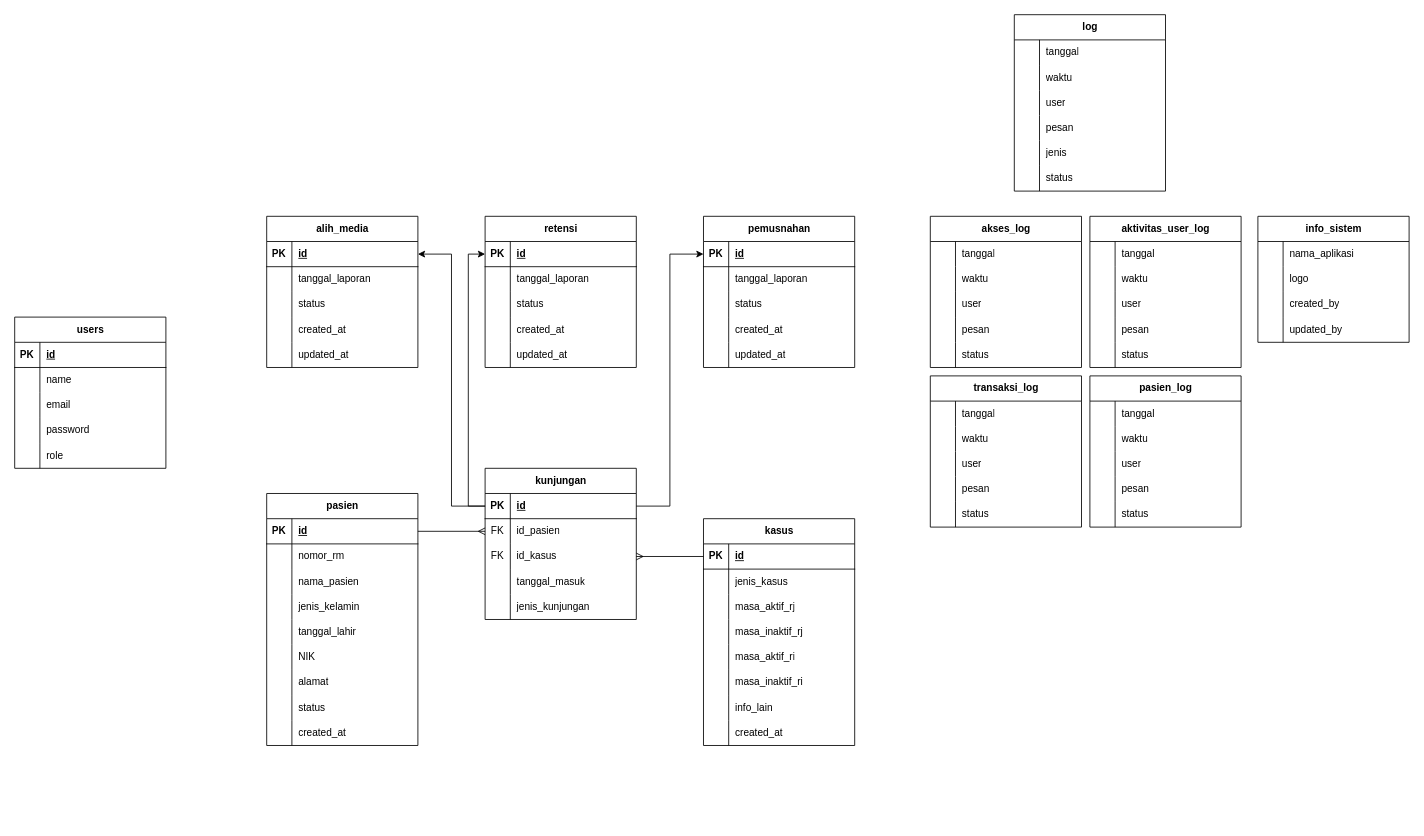
Before: ERD - Sistem Alih Media Retensi.drawio in Supri-Tech/api-alih-media-retensi, a draw.io diagram. Source tidied: cells renumbered, new cells numbered last; positions are measured from the earlier drawing's top-left corner, leaving out a move shared by most shapes. Both pictures are drawn from the tidied source at 84%, with x=0, y=0 at pixel (14, 14).
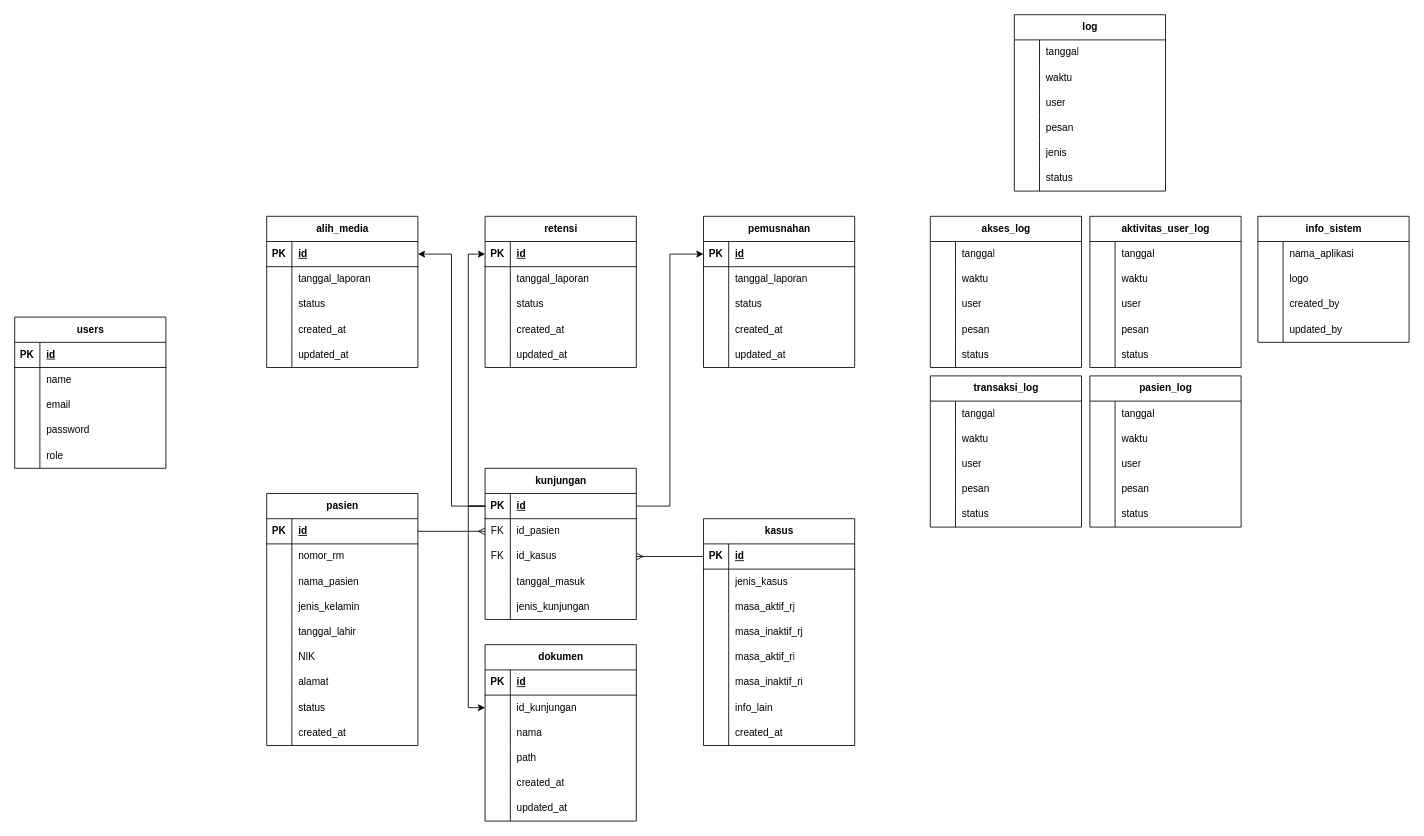
Above is the later version.

The change refers to these unchanged cells:
```xml
<mxCell id="72" style="shape=tableRow;horizontal=0;startSize=0;swimlaneHead=0;swimlaneBody=0;fillColor=none;points=[[0,0.5],[1,0.5]];portConstraint=eastwest;top=0;left=0;right=0;bottom=1;" parent="71" vertex="1">
  <mxGeometry y="30" width="180" height="30" as="geometry" />
</mxCell>
```

Diff of the diagram source:
```diff
@@
+    <mxCell id="236" value="dokumen" style="shape=table;startSize=30;childLayout=tableLayout;rowLines=0;fontStyle=1;align=center;html=1;" parent="1" vertex="1">
+      <mxGeometry x="560" y="750" width="180" height="210" as="geometry" />
+    </mxCell>
+    <mxCell id="237" style="shape=tableRow;horizontal=0;startSize=0;swimlaneHead=0;swimlaneBody=0;fillColor=none;top=0;left=0;right=0;bottom=1;" parent="236" vertex="1">
+      <mxGeometry y="30" width="180" height="30" as="geometry" />
+    </mxCell>
+    <mxCell id="238" value="PK" style="shape=partialRectangle;fillColor=none;top=0;left=0;bottom=0;right=0;fontStyle=1;overflow=hidden;whiteSpace=wrap;html=1;" parent="237" vertex="1">
+      <mxGeometry width="30" height="30" as="geometry" />
+    </mxCell>
+    <mxCell id="239" value="id" style="shape=partialRectangle;fillColor=none;top=0;left=0;bottom=0;right=0;align=left;spacingLeft=6;fontStyle=5;overflow=hidden;whiteSpace=wrap;html=1;" parent="237" vertex="1">
+      <mxGeometry x="30" width="150" height="30" as="geometry" />
+    </mxCell>
+    <mxCell id="240" style="shape=tableRow;horizontal=0;startSize=0;swimlaneHead=0;swimlaneBody=0;fillColor=none;points=[[0,0.5],[1,0.5]];portConstraint=eastwest;top=0;left=0;right=0;bottom=0;" parent="236" vertex="1">
+      <mxGeometry y="60" width="180" height="30" as="geometry" />
+    </mxCell>
+    <mxCell id="241" style="shape=partialRectangle;fillColor=none;top=0;left=0;bottom=0;right=0;overflow=hidden;whiteSpace=wrap;html=1;" parent="240" vertex="1">
+      <mxGeometry width="30" height="30" as="geometry" />
+    </mxCell>
+    <mxCell id="242" value="id_kunjungan" style="shape=partialRectangle;fillColor=none;top=0;left=0;bottom=0;right=0;align=left;spacingLeft=6;overflow=hidden;whiteSpace=wrap;html=1;" parent="240" vertex="1">
+      <mxGeometry x="30" width="150" height="30" as="geometry" />
+    </mxCell>
+    <mxCell id="243" style="shape=tableRow;horizontal=0;startSize=0;swimlaneHead=0;swimlaneBody=0;fillColor=none;top=0;left=0;right=0;bottom=0;" parent="236" vertex="1">
+      <mxGeometry y="90" width="180" height="30" as="geometry" />
+    </mxCell>
+    <mxCell id="244" style="shape=partialRectangle;fillColor=none;top=0;left=0;bottom=0;right=0;overflow=hidden;whiteSpace=wrap;html=1;" parent="243" vertex="1">
+      <mxGeometry width="30" height="30" as="geometry" />
+    </mxCell>
+    <mxCell id="245" value="nama" style="shape=partialRectangle;fillColor=none;top=0;left=0;bottom=0;right=0;align=left;spacingLeft=6;overflow=hidden;whiteSpace=wrap;html=1;" parent="243" vertex="1">
+      <mxGeometry x="30" width="150" height="30" as="geometry" />
+    </mxCell>
+    <mxCell id="246" style="shape=tableRow;horizontal=0;startSize=0;swimlaneHead=0;swimlaneBody=0;fillColor=none;top=0;left=0;right=0;bottom=0;" parent="236" vertex="1">
+      <mxGeometry y="120" width="180" height="30" as="geometry" />
+    </mxCell>
+    <mxCell id="247" style="shape=partialRectangle;fillColor=none;top=0;left=0;bottom=0;right=0;overflow=hidden;whiteSpace=wrap;html=1;" parent="246" vertex="1">
+      <mxGeometry width="30" height="30" as="geometry" />
+    </mxCell>
+    <mxCell id="248" value="path" style="shape=partialRectangle;fillColor=none;top=0;left=0;bottom=0;right=0;align=left;spacingLeft=6;overflow=hidden;whiteSpace=wrap;html=1;" parent="246" vertex="1">
+      <mxGeometry x="30" width="150" height="30" as="geometry" />
+    </mxCell>
+    <mxCell id="249" style="shape=tableRow;horizontal=0;startSize=0;swimlaneHead=0;swimlaneBody=0;fillColor=none;top=0;left=0;right=0;bottom=0;" parent="236" vertex="1">
+      <mxGeometry y="150" width="180" height="30" as="geometry" />
+    </mxCell>
+    <mxCell id="250" style="shape=partialRectangle;fillColor=none;top=0;left=0;bottom=0;right=0;overflow=hidden;whiteSpace=wrap;html=1;" parent="249" vertex="1">
+      <mxGeometry width="30" height="30" as="geometry" />
+    </mxCell>
+    <mxCell id="251" value="created_at" style="shape=partialRectangle;fillColor=none;top=0;left=0;bottom=0;right=0;align=left;spacingLeft=6;overflow=hidden;whiteSpace=wrap;html=1;" parent="249" vertex="1">
+      <mxGeometry x="30" width="150" height="30" as="geometry" />
+    </mxCell>
+    <mxCell id="252" style="shape=tableRow;horizontal=0;startSize=0;swimlaneHead=0;swimlaneBody=0;fillColor=none;top=0;left=0;right=0;bottom=0;" parent="236" vertex="1">
+      <mxGeometry y="180" width="180" height="30" as="geometry" />
+    </mxCell>
+    <mxCell id="253" style="shape=partialRectangle;fillColor=none;top=0;left=0;bottom=0;right=0;overflow=hidden;whiteSpace=wrap;html=1;" parent="252" vertex="1">
+      <mxGeometry width="30" height="30" as="geometry" />
+    </mxCell>
+    <mxCell id="254" value="updated_at" style="shape=partialRectangle;fillColor=none;top=0;left=0;bottom=0;right=0;align=left;spacingLeft=6;overflow=hidden;whiteSpace=wrap;html=1;" parent="252" vertex="1">
+      <mxGeometry x="30" width="150" height="30" as="geometry" />
+    </mxCell>
+    <mxCell id="255" style="edgeStyle=orthogonalEdgeStyle;rounded=0;jettySize=auto;html=1;exitX=0;exitY=0.5;exitDx=0;exitDy=0;entryX=0;entryY=0.5;entryDx=0;entryDy=0;" parent="1" edge="1" source="72" target="240">
+      <mxGeometry relative="1" as="geometry" />
+    </mxCell>
```
